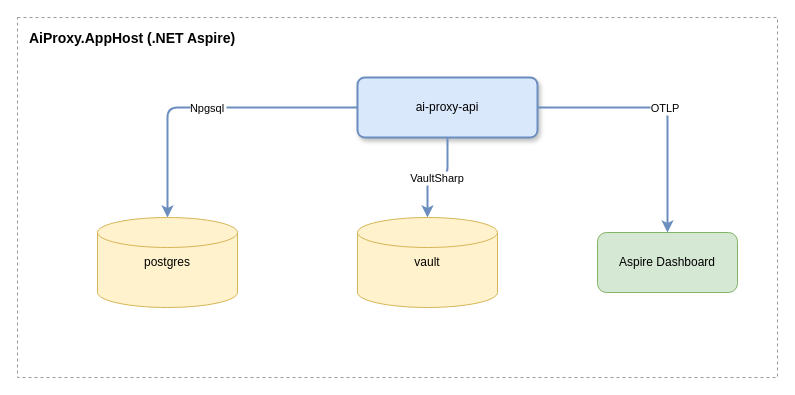
Earlier version of the draw.io diagram specs/architecture/diagrams/05-deployment-topology.drawio (azureholic/AIProxyPlus). Source tidied: cells renumbered, new cells numbered last; positions are measured from the earlier drawing's top-left corner, leaving out a move shared by most shapes. Both pictures are drawn from the tidied source at 100%, with x=0, y=0 at pixel (17, 17).
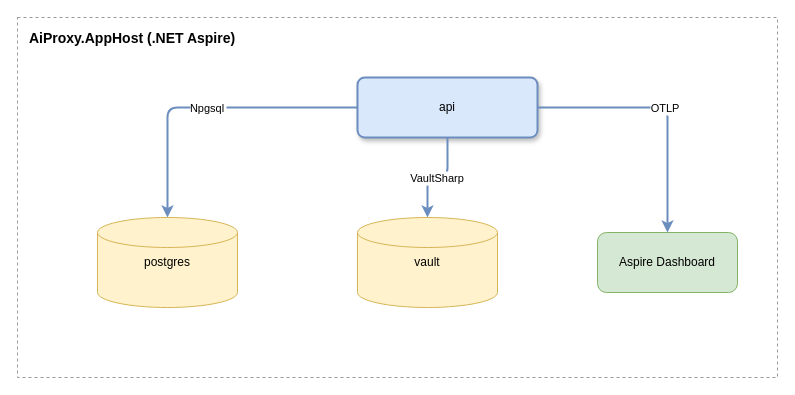
After the change.

Diff of the diagram source:
```diff
@@
 <mxGraphModel>
   <root>
     <mxCell id="0" />
     <mxCell id="1" parent="0" />
     <mxCell id="2" value="AiProxy.AppHost (.NET Aspire)" style="rounded=0;whiteSpace=wrap;html=1;fillColor=none;strokeColor=#999999;dashed=1;verticalAlign=top;align=left;spacingLeft=10;spacingTop=6;fontStyle=1;fontSize=14;" parent="1" vertex="1">
       <mxGeometry width="760" height="360" as="geometry" />
     </mxCell>
-    <mxCell id="3" value="ai-proxy-api" style="rounded=1;whiteSpace=wrap;html=1;fillColor=#dae8fc;strokeColor=#6c8ebf;strokeWidth=2;arcSize=12;shadow=1;" parent="1" vertex="1">
+    <mxCell id="3" value="api" style="rounded=1;whiteSpace=wrap;html=1;fillColor=#dae8fc;strokeColor=#6c8ebf;strokeWidth=2;arcSize=12;shadow=1;" parent="1" vertex="1">
       <mxGeometry x="340" y="60" width="180" height="60" as="geometry" />
     </mxCell>
     <mxCell id="4" value="postgres" style="shape=cylinder3;whiteSpace=wrap;html=1;fillColor=#fff2cc;strokeColor=#d6b656;" parent="1" vertex="1">
       <mxGeometry x="80" y="200" width="140" height="90" as="geometry" />
     </mxCell>
     <mxCell id="5" value="vault" style="shape=cylinder3;whiteSpace=wrap;html=1;fillColor=#fff2cc;strokeColor=#d6b656;" parent="1" vertex="1">
       <mxGeometry x="340" y="200" width="140" height="90" as="geometry" />
     </mxCell>
     <mxCell id="6" value="Aspire Dashboard" style="rounded=1;whiteSpace=wrap;html=1;fillColor=#d5e8d4;strokeColor=#82b366;" parent="1" vertex="1">
       <mxGeometry x="580" y="215" width="140" height="60" as="geometry" />
     </mxCell>
     <mxCell id="7" value="Npgsql" style="edgeStyle=orthogonalEdgeStyle;rounded=1;strokeColor=#6c8ebf;strokeWidth=2;fontSize=11;" parent="1" edge="1" source="3" target="4">
       <mxGeometry relative="1" as="geometry" />
     </mxCell>
     <mxCell id="8" value="VaultSharp" style="edgeStyle=orthogonalEdgeStyle;rounded=1;strokeColor=#6c8ebf;strokeWidth=2;fontSize=11;" parent="1" edge="1" source="3" target="5">
       <mxGeometry relative="1" as="geometry" />
     </mxCell>
     <mxCell id="9" value="OTLP" style="edgeStyle=orthogonalEdgeStyle;rounded=1;strokeColor=#6c8ebf;strokeWidth=2;fontSize=11;" parent="1" edge="1" source="3" target="6">
       <mxGeometry relative="1" as="geometry" />
     </mxCell>
   </root>
 </mxGraphModel>
```
